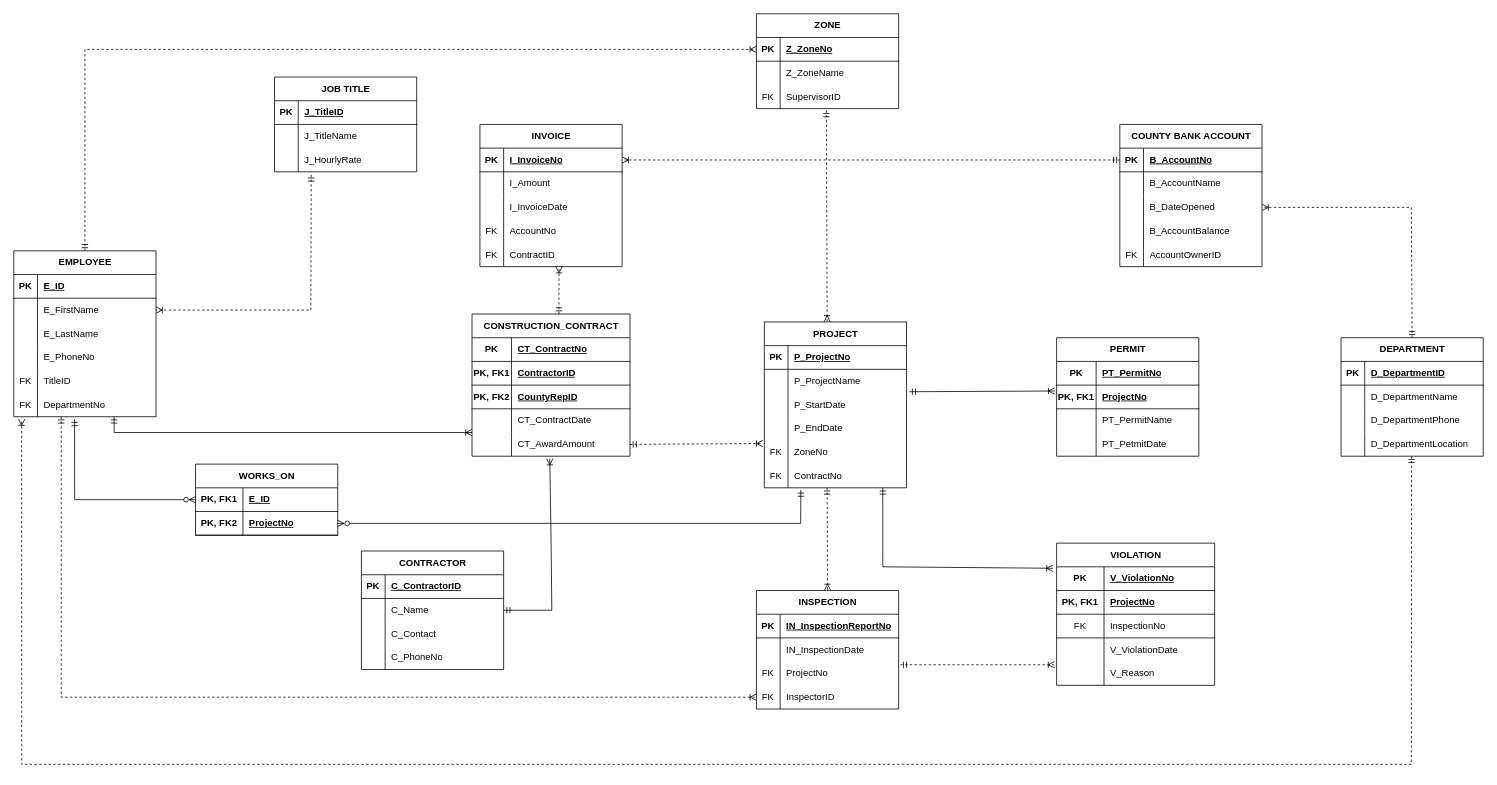
The draw.io diagram DatabaseERD.drawio in falcatraz/database-project, before the edit. Source tidied: cells renumbered, new cells numbered last; positions are measured from the earlier drawing's top-left corner, leaving out a move shared by most shapes. Both pictures are drawn from the tidied source at 79%, with x=0, y=0 at pixel (13, 13).
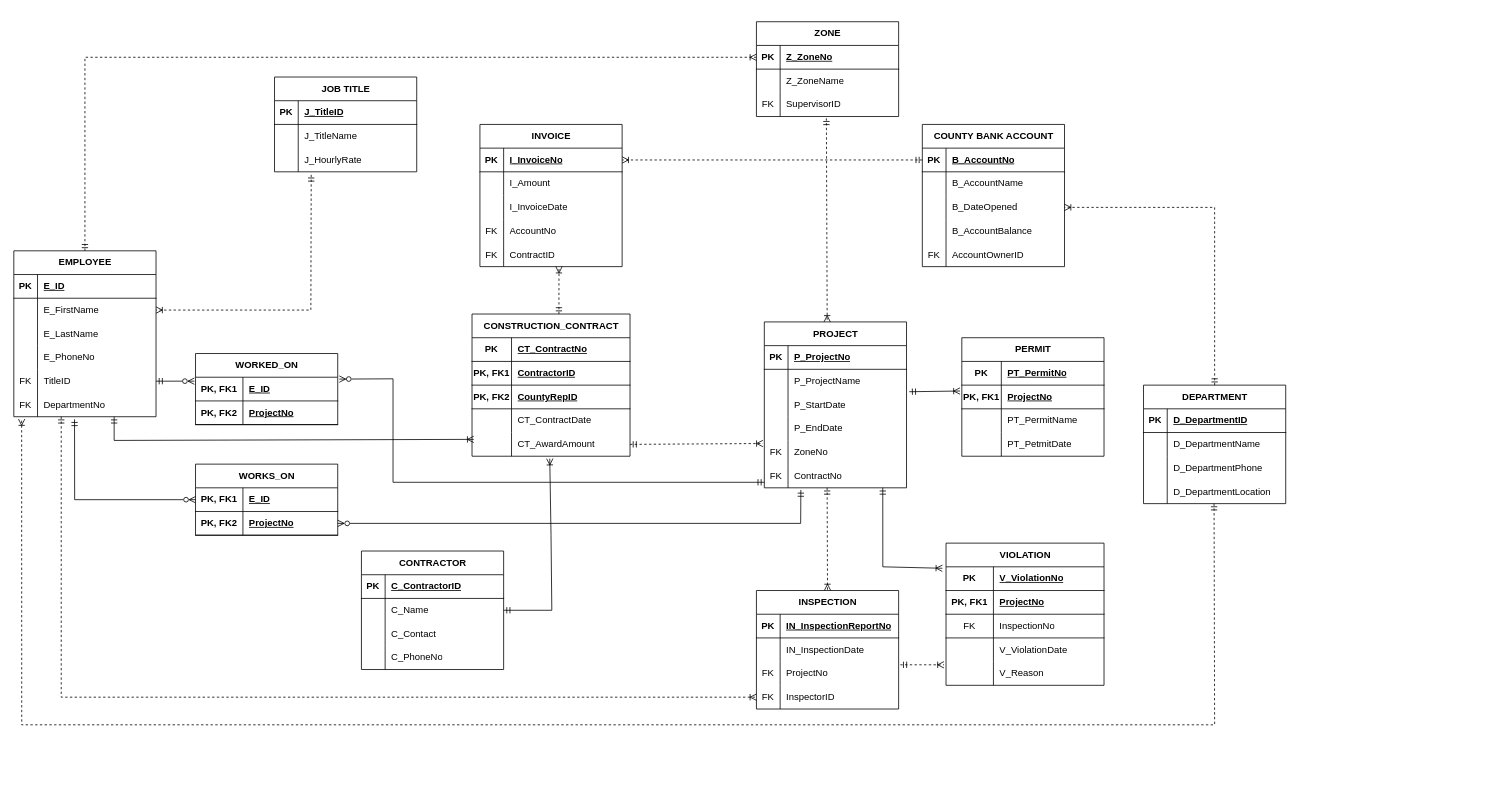
The same diagram, later.

Commit message (it also covers changes not shown here):
added procedures, modified the ERD, added a table

The change refers to these unchanged cells:
```xml
<mxCell id="2" value="EMPLOYEE" style="shape=table;startSize=30;childLayout=tableLayout;rowLines=0;fontStyle=1;align=center;html=1;" parent="1" vertex="1">
  <mxGeometry y="300" width="180" height="210" as="geometry" />
</mxCell>
<mxCell id="15" style="shape=tableRow;horizontal=0;startSize=0;swimlaneHead=0;swimlaneBody=0;fillColor=none;points=[[0,0.5],[1,0.5]];portConstraint=eastwest;top=0;left=0;right=0;bottom=0;" parent="2" vertex="1">
  <mxGeometry y="150" width="180" height="30" as="geometry" />
</mxCell>
<mxCell id="18" style="shape=tableRow;horizontal=0;startSize=0;swimlaneHead=0;swimlaneBody=0;fillColor=none;points=[[0,0.5],[1,0.5]];portConstraint=eastwest;top=0;left=0;right=0;bottom=0;" parent="2" vertex="1">
  <mxGeometry y="180" width="180" height="30" as="geometry" />
</mxCell>
<mxCell id="22" style="shape=tableRow;horizontal=0;startSize=0;swimlaneHead=0;swimlaneBody=0;fillColor=none;points=[[0,0.5],[1,0.5]];portConstraint=eastwest;top=0;left=0;right=0;bottom=1;" parent="21" vertex="1">
  <mxGeometry y="30" width="180" height="30" as="geometry" />
</mxCell>
<mxCell id="73" style="shape=tableRow;horizontal=0;startSize=0;swimlaneHead=0;swimlaneBody=0;fillColor=none;points=[[0,0.5],[1,0.5]];portConstraint=eastwest;top=0;left=0;right=0;bottom=0;" parent="60" vertex="1">
  <mxGeometry y="150" width="200" height="30" as="geometry" />
</mxCell>
<mxCell id="165" style="shape=tableRow;horizontal=0;startSize=0;swimlaneHead=0;swimlaneBody=0;fillColor=none;points=[[0,0.5],[1,0.5]];portConstraint=eastwest;top=0;left=0;right=0;bottom=0;" parent="158" vertex="1">
  <mxGeometry y="90" width="180" height="30" as="geometry" />
</mxCell>
<mxCell id="185" style="shape=tableRow;horizontal=0;startSize=0;swimlaneHead=0;swimlaneBody=0;fillColor=none;points=[[0,0.5],[1,0.5]];portConstraint=eastwest;top=0;left=0;right=0;bottom=0;" parent="175" vertex="1">
  <mxGeometry y="120" width="180" height="30" as="geometry" />
</mxCell>
```

The edit, as a diff of the source:
```diff
@@
     <mxCell id="21" value="ZONE" style="shape=table;startSize=30;childLayout=tableLayout;rowLines=0;fontStyle=1;align=center;html=1;" parent="1" vertex="1">
-      <mxGeometry x="940" width="180" height="120" as="geometry" />
+      <mxGeometry x="940" y="10" width="180" height="120" as="geometry" />
     </mxCell>
@@
     <mxCell id="95" value="PERMIT" style="shape=table;startSize=30;childLayout=tableLayout;rowLines=0;fontStyle=1;align=center;html=1;" parent="1" vertex="1">
-      <mxGeometry x="1320" y="410" width="180" height="150" as="geometry" />
+      <mxGeometry x="1200" y="410" width="180" height="150" as="geometry" />
     </mxCell>
@@
-    <mxCell id="137" style="fontSize=12;html=1;endArrow=ERoneToMany;startArrow=ERmandOne;rounded=0;entryX=0;entryY=0;entryDx=0;entryDy=0;entryPerimeter=0;" parent="1" edge="1" target="73">
+    <mxCell id="137" style="fontSize=12;html=1;endArrow=ERoneToMany;startArrow=ERmandOne;rounded=0;entryX=0.011;entryY=0.289;entryDx=0;entryDy=0;entryPerimeter=0;" parent="1" edge="1" target="73">
       <mxGeometry relative="1" as="geometry">
         <mxPoint x="127" y="510" as="sourcePoint" />
         <Array as="points">
-          <mxPoint x="127" y="530" />
+          <mxPoint x="127" y="540" />
         </Array>
       </mxGeometry>
     </mxCell>
@@
     <mxCell id="140" value="VIOLATION" style="shape=table;startSize=30;childLayout=tableLayout;rowLines=0;fontStyle=1;align=center;html=1;" parent="1" vertex="1">
-      <mxGeometry x="1320" y="670" width="200" height="180" as="geometry" />
+      <mxGeometry x="1180" y="670" width="200" height="180" as="geometry" />
     </mxCell>
@@
     <mxCell id="157" style="fontSize=12;html=1;endArrow=ERoneToMany;startArrow=ERmandOne;rounded=0;entryX=0;entryY=0.5;entryDx=0;entryDy=0;exitX=0.5;exitY=0;exitDx=0;exitDy=0;dashed=1;" parent="1" edge="1" source="2" target="22">
       <mxGeometry relative="1" as="geometry">
         <Array as="points">
-          <mxPoint x="90" y="45" />
+          <mxPoint x="90" y="55" />
         </Array>
       </mxGeometry>
     </mxCell>
     <mxCell id="158" value="COUNTY BANK ACCOUNT" style="shape=table;startSize=30;childLayout=tableLayout;rowLines=0;fontStyle=1;align=center;html=1;" parent="1" vertex="1">
-      <mxGeometry x="1400" y="140" width="180" height="180" as="geometry" />
+      <mxGeometry x="1150" y="140" width="180" height="180" as="geometry" />
     </mxCell>
@@
     <mxCell id="175" value="DEPARTMENT" style="shape=table;startSize=30;childLayout=tableLayout;rowLines=0;fontStyle=1;align=center;html=1;" parent="1" vertex="1">
-      <mxGeometry x="1680" y="410" width="180" height="150" as="geometry" />
+      <mxGeometry x="1430" y="470" width="180" height="150" as="geometry" />
     </mxCell>
@@
     <mxCell id="188" style="fontSize=12;html=1;endArrow=ERoneToMany;startArrow=ERmandOne;rounded=0;exitX=0.496;exitY=1;exitDx=0;exitDy=0;exitPerimeter=0;entryX=0.055;entryY=1.097;entryDx=0;entryDy=0;entryPerimeter=0;dashed=1;" parent="1" edge="1" source="185" target="18">
       <mxGeometry relative="1" as="geometry">
         <Array as="points">
-          <mxPoint x="1769" y="950" />
-          <mxPoint x="10" y="950" />
+          <mxPoint x="1520" y="900" />
+          <mxPoint x="830" y="900" />
+          <mxPoint x="10" y="900" />
         </Array>
       </mxGeometry>
     </mxCell>
     <mxCell id="189" style="fontSize=12;html=1;endArrow=ERoneToMany;startArrow=ERmandOne;rounded=0;exitX=0.5;exitY=0;exitDx=0;exitDy=0;entryX=1;entryY=0.5;entryDx=0;entryDy=0;dashed=1;" parent="1" edge="1" source="175" target="165">
       <mxGeometry relative="1" as="geometry">
         <Array as="points">
-          <mxPoint x="1769" y="245" />
+          <mxPoint x="1520" y="245" />
         </Array>
       </mxGeometry>
     </mxCell>
@@
+    <mxCell id="200" style="fontSize=12;html=1;endArrow=ERmandOne;startArrow=ERzeroToMany;rounded=0;entryX=1;entryY=0.5;entryDx=0;entryDy=0;exitX=-0.008;exitY=0.166;exitDx=0;exitDy=0;exitPerimeter=0;startFill=0;endFill=0;" parent="1" edge="1" source="202" target="15">
+      <mxGeometry relative="1" as="geometry" />
+    </mxCell>
+    <mxCell id="201" value="WORKED_ON" style="shape=table;startSize=30;childLayout=tableLayout;rowLines=0;fontStyle=1;align=center;html=1;" parent="1" vertex="1">
+      <mxGeometry x="230" y="430" width="180" height="90" as="geometry" />
+    </mxCell>
+    <mxCell id="202" style="shape=tableRow;horizontal=0;startSize=0;swimlaneHead=0;swimlaneBody=0;fillColor=none;points=[[0,0.5],[1,0.5]];portConstraint=eastwest;top=0;left=0;right=0;bottom=1;" parent="201" vertex="1">
+      <mxGeometry y="30" width="180" height="30" as="geometry" />
+    </mxCell>
+    <mxCell id="203" value="PK, FK1" style="shape=partialRectangle;fillColor=none;top=0;left=0;bottom=0;right=0;fontStyle=1;overflow=hidden;whiteSpace=wrap;html=1;" parent="202" vertex="1">
+      <mxGeometry width="60" height="30" as="geometry" />
+    </mxCell>
+    <mxCell id="204" value="E_ID" style="shape=partialRectangle;fillColor=none;top=0;left=0;bottom=0;right=0;align=left;spacingLeft=6;fontStyle=5;overflow=hidden;whiteSpace=wrap;html=1;" parent="202" vertex="1">
+      <mxGeometry x="60" width="120" height="30" as="geometry" />
+    </mxCell>
+    <mxCell id="205" style="shape=tableRow;horizontal=0;startSize=0;swimlaneHead=0;swimlaneBody=0;fillColor=none;top=0;left=0;right=0;bottom=1;" parent="201" vertex="1">
+      <mxGeometry y="60" width="180" height="30" as="geometry" />
+    </mxCell>
+    <mxCell id="206" value="PK, FK2" style="shape=partialRectangle;fillColor=none;top=0;left=0;bottom=0;right=0;fontStyle=1;overflow=hidden;whiteSpace=wrap;html=1;" parent="205" vertex="1">
+      <mxGeometry width="60" height="30" as="geometry" />
+    </mxCell>
+    <mxCell id="207" value="ProjectNo" style="shape=partialRectangle;fillColor=none;top=0;left=0;bottom=0;right=0;align=left;spacingLeft=6;fontStyle=5;overflow=hidden;whiteSpace=wrap;html=1;" parent="205" vertex="1">
+      <mxGeometry x="60" width="120" height="30" as="geometry" />
+    </mxCell>
+    <mxCell id="208" style="fontSize=12;html=1;endArrow=ERzeroToMany;startArrow=ERmandOne;rounded=0;endFill=0;entryX=1.011;entryY=0.079;entryDx=0;entryDy=0;entryPerimeter=0;" parent="1" edge="1" target="202">
+      <mxGeometry relative="1" as="geometry">
+        <mxPoint x="950" y="593" as="sourcePoint" />
+        <Array as="points">
+          <mxPoint x="480" y="593" />
+          <mxPoint x="480" y="462" />
+        </Array>
+      </mxGeometry>
+    </mxCell>
```
